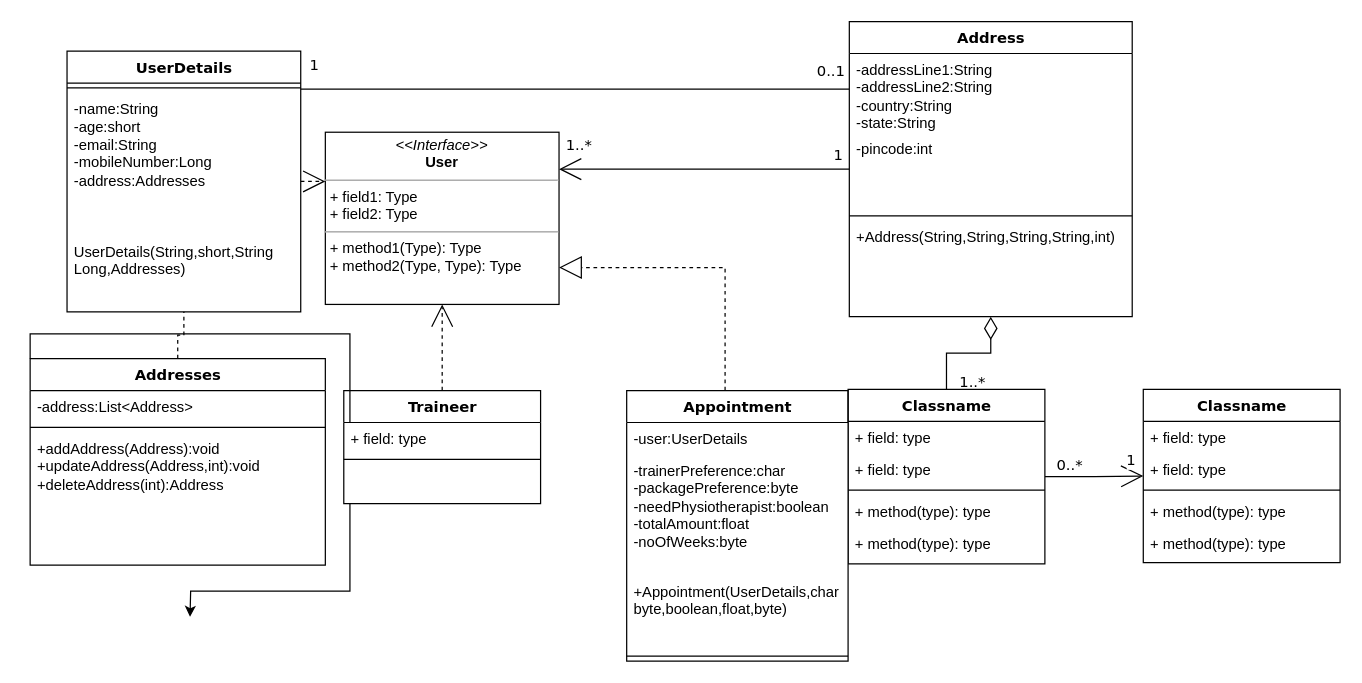
Earlier version of the draw.io diagram Untitled Diagram.drawio (amitkumar-29/java-practice). Source tidied: cells renumbered, new cells numbered last; positions are measured from the earlier drawing's top-left corner, leaving out a move shared by most shapes. Both pictures are drawn from the tidied source at 123%, with x=0, y=0 at pixel (30, 21).
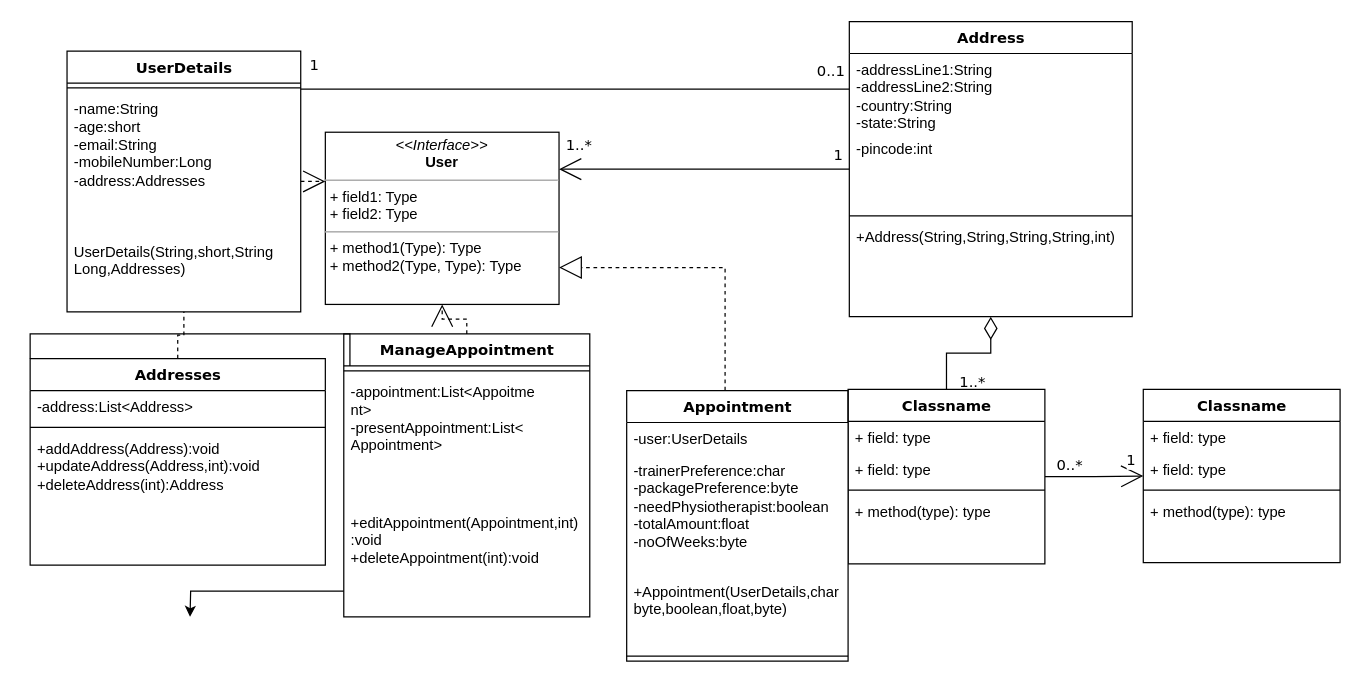
Above is the later version.

The change refers to these unchanged cells:
```xml
<mxCell id="28" value="Classname" style="swimlane;html=1;fontStyle=1;align=center;verticalAlign=top;horizontal=1;startSize=26;swimlaneFillColor=#ffffff;rounded=0;shadow=0;comic=0;labelBackgroundColor=none;strokeWidth=1;fillColor=none;fontFamily=Verdana;fontSize=12;" parent="1" vertex="1">
  <mxGeometry x="665" y="299" width="160" height="142" as="geometry" />
</mxCell>
<mxCell id="34" value="Classname" style="swimlane;html=1;fontStyle=1;align=center;verticalAlign=top;horizontal=1;startSize=26;swimlaneFillColor=#ffffff;rounded=0;shadow=0;comic=0;labelBackgroundColor=none;strokeWidth=1;fillColor=none;fontFamily=Verdana;fontSize=12;" parent="1" vertex="1">
  <mxGeometry x="905" y="299" width="160" height="141" as="geometry" />
</mxCell>
```

The edit, as a diff of the source:
```diff
@@
-    <mxCell id="20" value="Traineer" style="swimlane;html=1;fontStyle=1;align=center;verticalAlign=top;horizontal=1;startSize=26;swimlaneFillColor=#ffffff;rounded=0;shadow=0;comic=0;labelBackgroundColor=none;strokeWidth=1;fillColor=none;fontFamily=Verdana;fontSize=12;" parent="1" vertex="1">
-      <mxGeometry x="255" y="300" width="160" height="92" as="geometry" />
+    <mxCell id="20" value="ManageAppointment" style="swimlane;html=1;fontStyle=1;align=center;verticalAlign=top;horizontal=1;startSize=26;swimlaneFillColor=#ffffff;rounded=0;shadow=0;comic=0;labelBackgroundColor=none;strokeWidth=1;fillColor=none;fontFamily=Verdana;fontSize=12;" parent="1" vertex="1">
+      <mxGeometry x="255" y="254" width="200" height="230" as="geometry" />
     </mxCell>
+    <mxCell id="22" style="line;html=1;strokeWidth=1;fillColor=none;align=left;verticalAlign=middle;spacingTop=-1;spacingLeft=3;spacingRight=3;labelPosition=right;" parent="20" vertex="1">
+      <mxGeometry y="26" width="200" height="8" as="geometry" />
+    </mxCell>
-    <mxCell id="21" value="+ field: type" style="text;html=1;strokeColor=none;fillColor=none;align=left;verticalAlign=top;spacingLeft=4;spacingRight=4;whiteSpace=wrap;overflow=hidden;" parent="20" vertex="1">
-      <mxGeometry y="26" width="160" height="26" as="geometry" />
+    <mxCell id="21" value="-appointment:List&amp;lt;Appoitme&lt;br&gt;nt&amp;gt;&lt;br&gt;-presentAppointment:List&amp;lt;&lt;br&gt;Appointment&amp;gt;&lt;br&gt;" style="text;html=1;strokeColor=none;fillColor=none;align=left;verticalAlign=top;spacingLeft=4;spacingRight=4;whiteSpace=wrap;overflow=hidden;" parent="20" vertex="1">
+      <mxGeometry y="34" width="200" height="106" as="geometry" />
     </mxCell>
-    <mxCell id="22" style="line;html=1;strokeWidth=1;fillColor=none;align=left;verticalAlign=middle;spacingTop=-1;spacingLeft=3;spacingRight=3;labelPosition=right;" parent="20" vertex="1">
-      <mxGeometry y="52" width="160" height="8" as="geometry" />
-    </mxCell>
+    <mxCell id="38" value="+editAppointment(Appointment,int)&lt;br&gt;:void&lt;br&gt;+deleteAppointment(int):void" style="text;html=1;strokeColor=none;fillColor=none;align=left;verticalAlign=top;spacingLeft=4;spacingRight=4;whiteSpace=wrap;overflow=hidden;" parent="20" vertex="1">
+      <mxGeometry y="140" width="200" height="80" as="geometry" />
+    </mxCell>
@@
-    <mxCell id="33" value="+ method(type): type" style="text;html=1;strokeColor=none;fillColor=none;align=left;verticalAlign=top;spacingLeft=4;spacingRight=4;whiteSpace=wrap;overflow=hidden;" parent="28" vertex="1">
-      <mxGeometry y="112" width="160" height="26" as="geometry" />
-    </mxCell>
@@
-    <mxCell id="38" value="+ method(type): type" style="text;html=1;strokeColor=none;fillColor=none;align=left;verticalAlign=top;spacingLeft=4;spacingRight=4;whiteSpace=wrap;overflow=hidden;" parent="34" vertex="1">
-      <mxGeometry y="86" width="160" height="26" as="geometry" />
-    </mxCell>
     <mxCell id="39" value="+ method(type): type" style="text;html=1;strokeColor=none;fillColor=none;align=left;verticalAlign=top;spacingLeft=4;spacingRight=4;whiteSpace=wrap;overflow=hidden;" parent="34" vertex="1">
-      <mxGeometry y="112" width="160" height="26" as="geometry" />
+      <mxGeometry y="86" width="160" height="26" as="geometry" />
     </mxCell>
```
